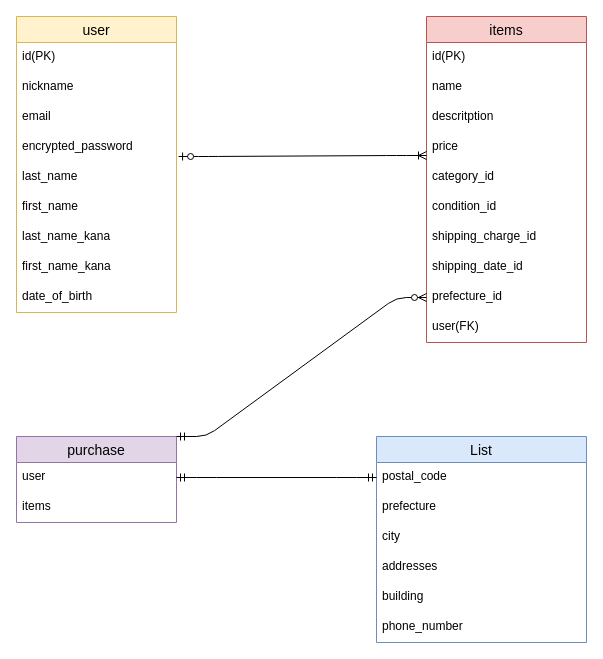
This is test.dio from haruu2525/furima-39915, a draw.io file, before an edit. Source tidied: cells renumbered, new cells numbered last; positions are measured from the earlier drawing's top-left corner, leaving out a move shared by most shapes. Both pictures are drawn from the tidied source at 100%, with x=0, y=0 at pixel (16, 16).
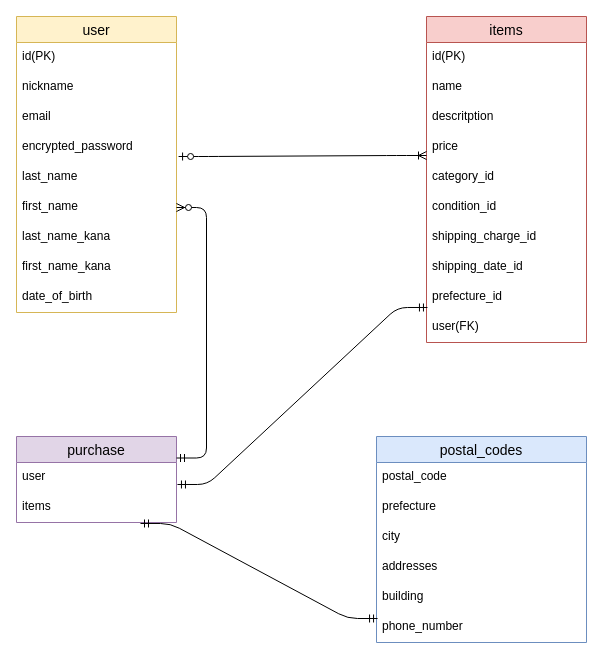
The same diagram, later.

Commit message (it also covers changes not shown here):
DB設計の修正

The change refers to these unchanged cells:
```xml
<mxCell id="8" value="first_name" style="text;strokeColor=none;fillColor=none;spacingLeft=4;spacingRight=4;overflow=hidden;points=[[0,0.5],[1,0.5]];portConstraint=eastwest;fontSize=12;" parent="2" vertex="1">
  <mxGeometry y="176" width="160" height="30" as="geometry" />
</mxCell>
<mxCell id="21" value="prefecture_id" style="text;strokeColor=none;fillColor=none;spacingLeft=4;spacingRight=4;overflow=hidden;points=[[0,0.5],[1,0.5]];portConstraint=eastwest;fontSize=12;" parent="12" vertex="1">
  <mxGeometry y="266" width="160" height="30" as="geometry" />
</mxCell>
<mxCell id="22" value="user(FK)" style="text;strokeColor=none;fillColor=none;spacingLeft=4;spacingRight=4;overflow=hidden;points=[[0,0.5],[1,0.5]];portConstraint=eastwest;fontSize=12;" parent="12" vertex="1">
  <mxGeometry y="296" width="160" height="30" as="geometry" />
</mxCell>
<mxCell id="24" value="purchase" style="swimlane;fontStyle=0;horizontal=1;startSize=26;align=center;fontSize=14;fillColor=#e1d5e7;strokeColor=#9673a6;" parent="1" vertex="1">
  <mxGeometry y="420" width="160" height="86" as="geometry" />
</mxCell>
<mxCell id="25" value="user" style="text;strokeColor=none;fillColor=none;spacingLeft=4;spacingRight=4;overflow=hidden;points=[[0,0.5],[1,0.5]];portConstraint=eastwest;fontSize=12;" parent="24" vertex="1">
  <mxGeometry y="26" width="160" height="30" as="geometry" />
</mxCell>
<mxCell id="26" value="items" style="text;strokeColor=none;fillColor=none;spacingLeft=4;spacingRight=4;overflow=hidden;points=[[0,0.5],[1,0.5]];portConstraint=eastwest;fontSize=12;" parent="24" vertex="1">
  <mxGeometry y="56" width="160" height="30" as="geometry" />
</mxCell>
<mxCell id="28" value="postal_code" style="text;strokeColor=none;fillColor=none;spacingLeft=4;spacingRight=4;overflow=hidden;points=[[0,0.5],[1,0.5]];portConstraint=eastwest;fontSize=12;" parent="27" vertex="1">
  <mxGeometry y="26" width="210" height="30" as="geometry" />
</mxCell>
<mxCell id="33" value="phone_number" style="text;strokeColor=none;fillColor=none;spacingLeft=4;spacingRight=4;overflow=hidden;points=[[0,0.5],[1,0.5]];portConstraint=eastwest;fontSize=12;" parent="27" vertex="1">
  <mxGeometry y="176" width="210" height="30" as="geometry" />
</mxCell>
```

The edit, as a diff of the source:
```diff
@@
-    <mxCell id="27" value="List" style="swimlane;fontStyle=0;horizontal=1;startSize=26;align=center;fontSize=14;fillColor=#dae8fc;strokeColor=#6c8ebf;" parent="1" vertex="1">
+    <mxCell id="27" value="postal_codes" style="swimlane;fontStyle=0;horizontal=1;startSize=26;align=center;fontSize=14;fillColor=#dae8fc;strokeColor=#6c8ebf;" parent="1" vertex="1">
       <mxGeometry x="360" y="420" width="210" height="206" as="geometry" />
     </mxCell>
@@
-    <mxCell id="34" style="edgeStyle=entityRelationEdgeStyle;fontSize=12;html=1;endArrow=ERmandOne;startArrow=ERmandOne;exitX=1;exitY=0.5;exitDx=0;exitDy=0;entryX=0;entryY=0.5;entryDx=0;entryDy=0;" parent="1" edge="1" source="25" target="28">
+    <mxCell id="34" style="edgeStyle=entityRelationEdgeStyle;fontSize=12;html=1;endArrow=ERmandOne;startArrow=ERmandOne;exitX=0.775;exitY=1.033;exitDx=0;exitDy=0;entryX=0.005;entryY=0.2;entryDx=0;entryDy=0;exitPerimeter=0;entryPerimeter=0;" parent="1" edge="1" source="26" target="33">
       <mxGeometry relative="1" as="geometry" />
     </mxCell>
-    <mxCell id="35" style="edgeStyle=entityRelationEdgeStyle;fontSize=12;html=1;endArrow=ERzeroToMany;startArrow=ERmandOne;exitX=1;exitY=0;exitDx=0;exitDy=0;entryX=0;entryY=0.5;entryDx=0;entryDy=0;" parent="1" edge="1" source="24" target="21">
-      <mxGeometry relative="1" as="geometry" />
-    </mxCell>
+    <mxCell id="36" style="edgeStyle=entityRelationEdgeStyle;fontSize=12;html=1;endArrow=ERzeroToMany;startArrow=ERmandOne;exitX=1;exitY=0.25;exitDx=0;exitDy=0;" parent="1" edge="1" source="24" target="8">
+      <mxGeometry relative="1" as="geometry" />
+    </mxCell>
+    <mxCell id="37" style="edgeStyle=entityRelationEdgeStyle;fontSize=12;html=1;endArrow=ERmandOne;startArrow=ERmandOne;exitX=1.006;exitY=0.733;exitDx=0;exitDy=0;exitPerimeter=0;entryX=0.006;entryY=-0.167;entryDx=0;entryDy=0;entryPerimeter=0;" parent="1" edge="1" source="25" target="22">
+      <mxGeometry relative="1" as="geometry" />
+    </mxCell>
```
